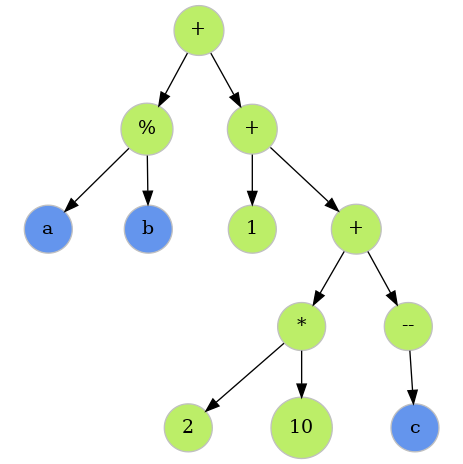
Above: dump/LIST_DMP_№0.png in deGekata/L_and_D (Graphviz), before the change. Its source is kept beside it as dump/LIST_DMP_№0.dot.
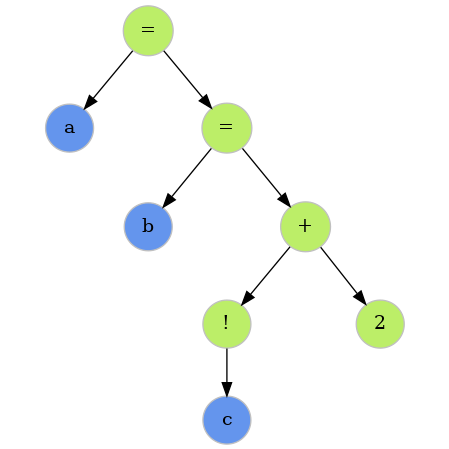
Above is the later version.

What changed in the source:
```diff
@@ -1,27 +1,19 @@
 digraph G{
    nodesep=0.1;
    ratio=1;
-   L140736810789568[label="+", shape="circle", color="grey", thickness=4, fillcolor="darkolivegreen2" style=filled];
-    L140736810789568->L140736810789312[color="black"];
-    L140736810789568->L140736810789696[color="black"];
-   L140736810789312[label="%", shape="circle", color="grey", thickness=4, fillcolor="darkolivegreen2" style=filled];
-    L140736810789312->L140736810789248[color="black"];
-    L140736810789312->L140736810789504[color="black"];
-   L140736810789248[label="a", shape="circle", color="grey", thickness=4, fillcolor="cornflowerblue" style=filled];
-   L140736810789504[label="b", shape="circle", color="grey", thickness=4, fillcolor="cornflowerblue" style=filled];
-   L140736810789696[label="+", shape="circle", color="grey", thickness=4, fillcolor="darkolivegreen2" style=filled];
-    L140736810789696->L140736810789632[color="black"];
-    L140736810789696->L140736810789952[color="black"];
-   L140736810789632[label="1", shape="circle", color="grey", thickness=4, fillcolor="darkolivegreen2" style=filled];
-   L140736810789952[label="+", shape="circle", color="grey", thickness=4, fillcolor="darkolivegreen2" style=filled];
-    L140736810789952->L140736810789824[color="black"];
-    L140736810789952->L140736810790016[color="black"];
-   L140736810789824[label="*", shape="circle", color="grey", thickness=4, fillcolor="darkolivegreen2" style=filled];
-    L140736810789824->L140736810789760[color="black"];
-    L140736810789824->L140736810789888[color="black"];
-   L140736810789760[label="2", shape="circle", color="grey", thickness=4, fillcolor="darkolivegreen2" style=filled];
-   L140736810789888[label="10", shape="circle", color="grey", thickness=4, fillcolor="darkolivegreen2" style=filled];
-   L140736810790016[label="--", shape="circle", color="grey", thickness=4, fillcolor="darkolivegreen2" style=filled];
-    L140736810790016->L140736810790208[color="black"];
-   L140736810790208[label="c", shape="circle", color="grey", thickness=4, fillcolor="cornflowerblue" style=filled];
+   L140736944110016[label="=", shape="circle", color="grey", thickness=4, fillcolor="darkolivegreen2" style=filled];
+    L140736944110016->L140736944109952[color="black"];
+    L140736944110016->L140736944110272[color="black"];
+   L140736944109952[label="a", shape="circle", color="grey", thickness=4, fillcolor="cornflowerblue" style=filled];
+   L140736944110272[label="=", shape="circle", color="grey", thickness=4, fillcolor="darkolivegreen2" style=filled];
+    L140736944110272->L140736944110208[color="black"];
+    L140736944110272->L140736944110592[color="black"];
+   L140736944110208[label="b", shape="circle", color="grey", thickness=4, fillcolor="cornflowerblue" style=filled];
+   L140736944110592[label="+", shape="circle", color="grey", thickness=4, fillcolor="darkolivegreen2" style=filled];
+    L140736944110592->L140736944110336[color="black"];
+    L140736944110592->L140736944110656[color="black"];
+   L140736944110336[label="!", shape="circle", color="grey", thickness=4, fillcolor="darkolivegreen2" style=filled];
+    L140736944110336->L140736944110528[color="black"];
+   L140736944110528[label="c", shape="circle", color="grey", thickness=4, fillcolor="cornflowerblue" style=filled];
+   L140736944110656[label="2", shape="circle", color="grey", thickness=4, fillcolor="darkolivegreen2" style=filled];
 }
```
